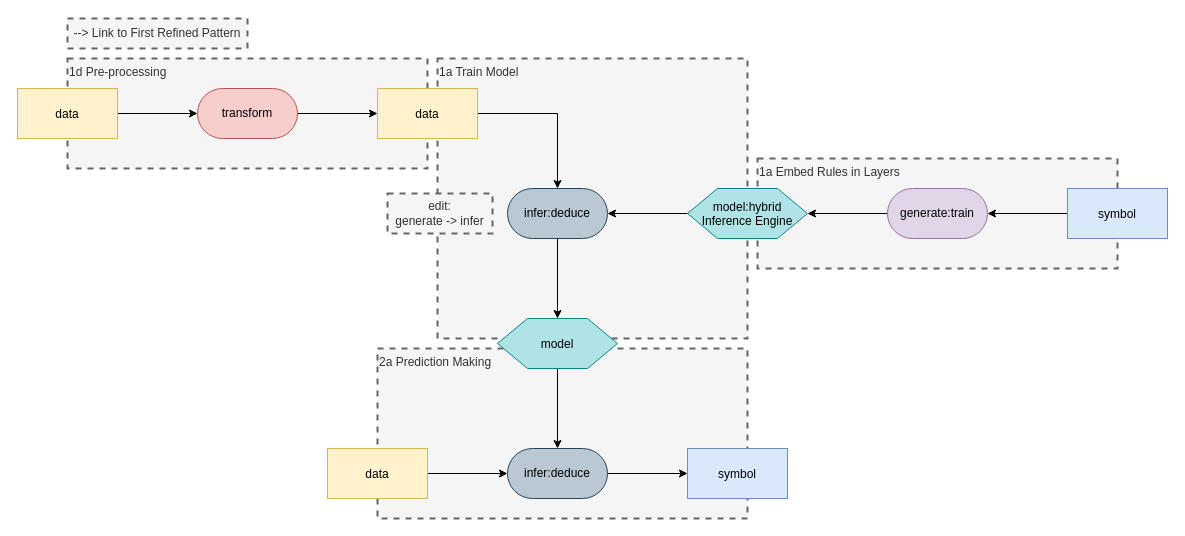
Above: page "Generalized Pattern" (1 of 6) of medical patterns to boxologies/Rule-Based Method pre-processes input data for ML Prediction (RBML)/REML.drawio in zonnesmit/thesis (draw.io), before the change. Source tidied: cells renumbered, new cells numbered last; positions are measured from the earlier drawing's top-left corner, leaving out a move shared by most shapes. Both pictures are drawn from the tidied source at 100%, with x=0, y=0 at pixel (17, 18).
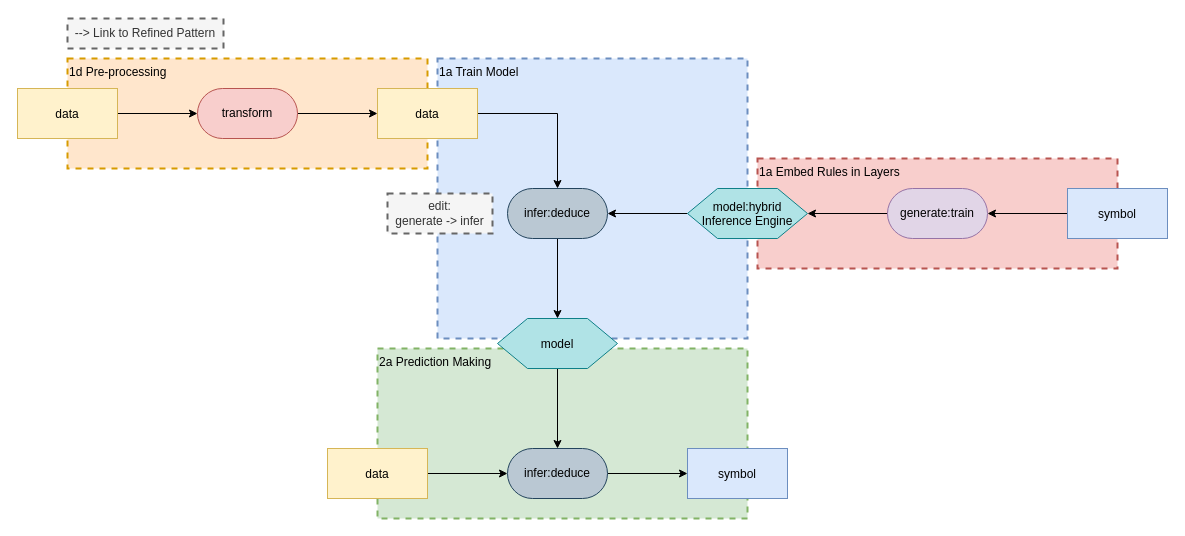
The same page after the edit.

Diff of the diagram source:
```diff
@@
-    <mxCell id="2" value="2a Prediction Making" style="text;html=1;align=left;verticalAlign=top;whiteSpace=wrap;rounded=0;dashed=1;fillColor=#f5f5f5;fontColor=#333333;strokeColor=#666666;strokeWidth=2;" parent="1" vertex="1">
+    <mxCell id="2" value="2a Prediction Making" style="text;html=1;align=left;verticalAlign=top;whiteSpace=wrap;rounded=0;dashed=1;fillColor=#d5e8d4;strokeColor=#82b366;strokeWidth=2;" parent="1" vertex="1">
       <mxGeometry x="360" y="330" width="370" height="170" as="geometry" />
     </mxCell>
-    <mxCell id="3" value="1a Embed Rules in Layers" style="text;html=1;align=left;verticalAlign=top;whiteSpace=wrap;rounded=0;dashed=1;fillColor=#f5f5f5;fontColor=#333333;strokeColor=#666666;strokeWidth=2;" parent="1" vertex="1">
+    <mxCell id="3" value="1a Embed Rules in Layers" style="text;html=1;align=left;verticalAlign=top;whiteSpace=wrap;rounded=0;dashed=1;fillColor=#f8cecc;strokeColor=#b85450;strokeWidth=2;" parent="1" vertex="1">
       <mxGeometry x="740" y="140" width="360" height="110" as="geometry" />
     </mxCell>
-    <mxCell id="4" value="1a Train Model" style="text;html=1;align=left;verticalAlign=top;whiteSpace=wrap;rounded=0;dashed=1;fillColor=#f5f5f5;fontColor=#333333;strokeColor=#666666;strokeWidth=2;" parent="1" vertex="1">
+    <mxCell id="4" value="1a Train Model" style="text;html=1;align=left;verticalAlign=top;whiteSpace=wrap;rounded=0;dashed=1;fillColor=#dae8fc;strokeColor=#6c8ebf;strokeWidth=2;" parent="1" vertex="1">
       <mxGeometry x="420" y="40" width="310" height="280" as="geometry" />
     </mxCell>
-    <mxCell id="5" value="1d Pre-processing" style="text;html=1;align=left;verticalAlign=top;whiteSpace=wrap;rounded=0;dashed=1;fillColor=#f5f5f5;fontColor=#333333;strokeColor=#666666;strokeWidth=2;" parent="1" vertex="1">
+    <mxCell id="5" value="1d Pre-processing" style="text;html=1;align=left;verticalAlign=top;whiteSpace=wrap;rounded=0;dashed=1;fillColor=#ffe6cc;strokeColor=#d79b00;strokeWidth=2;" parent="1" vertex="1">
       <mxGeometry x="50" y="40" width="360" height="110" as="geometry" />
     </mxCell>
@@
-    <mxCell id="28" value="--&amp;gt; Link to First Refined Pattern" style="text;html=1;align=center;verticalAlign=middle;whiteSpace=wrap;rounded=0;dashed=1;fillColor=#f5f5f5;fontColor=#333333;strokeColor=#666666;strokeWidth=2;" parent="1" vertex="1">
-      <mxGeometry x="50" width="180" height="30" as="geometry" />
+    <mxCell id="28" value="--&amp;gt; Link to Refined Pattern" style="text;html=1;align=center;verticalAlign=middle;whiteSpace=wrap;rounded=0;dashed=1;strokeWidth=2;fillColor=#f5f5f5;strokeColor=#666666;fontColor=#333333;" parent="1" vertex="1">
+      <mxGeometry x="50" width="156" height="30" as="geometry" />
     </mxCell>
```
